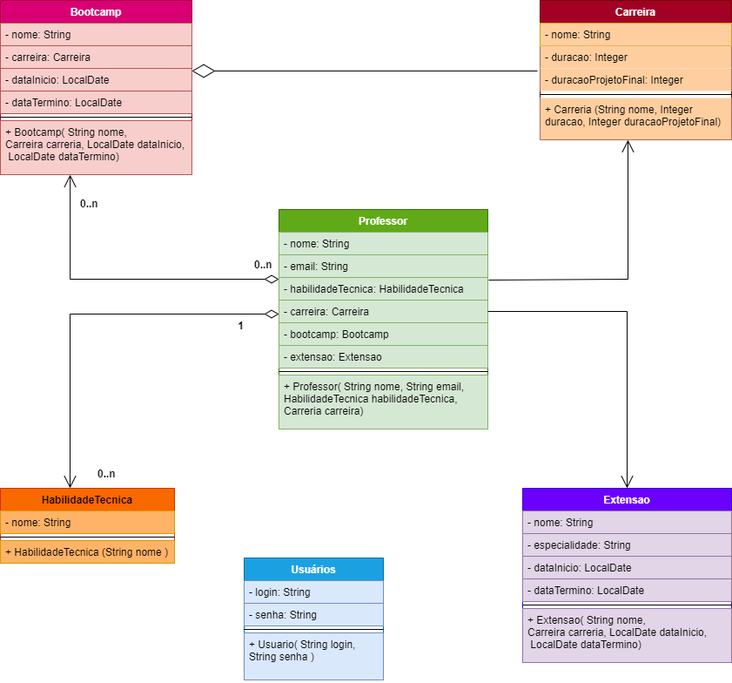
Before: documentation/UMLpng.png, a diagram exported from draw.io (RudeBoyOne/EdTech). Source tidied: cells renumbered, new cells last; positions are measured from the earlier drawing's top-left corner, leaving out a move shared by most shapes. The source it was exported from:
```xml
<mxGraphModel>
  <root>
    <mxCell id="0" />
    <mxCell id="1" parent="0" />
    <mxCell id="2" value="Usuários" style="swimlane;fontStyle=1;align=center;verticalAlign=top;horizontal=1;startSize=26;fillColor=#1ba1e2;fontColor=#ffffff;strokeColor=#006EAF;" parent="1" vertex="1">
      <mxGeometry x="280" y="640" width="160" height="140" as="geometry" />
    </mxCell>
    <mxCell id="3" value="- login: String" style="text;strokeColor=#6c8ebf;fillColor=#dae8fc;align=left;verticalAlign=top;spacingLeft=4;spacingRight=4;overflow=hidden;" parent="2" vertex="1">
      <mxGeometry y="26" width="160" height="26" as="geometry" />
    </mxCell>
    <mxCell id="4" value="- senha: String" style="text;strokeColor=#6c8ebf;fillColor=#dae8fc;align=left;verticalAlign=top;spacingLeft=4;spacingRight=4;overflow=hidden;" parent="2" vertex="1">
      <mxGeometry y="52" width="160" height="26" as="geometry" />
    </mxCell>
    <mxCell id="5" style="line;strokeWidth=1;fillColor=none;align=left;verticalAlign=middle;spacingTop=-1;spacingLeft=3;spacingRight=3;labelPosition=right;" parent="2" vertex="1">
      <mxGeometry y="78" width="160" height="8" as="geometry" />
    </mxCell>
    <mxCell id="6" value="+ Usuario( String login, &#10;String senha )" style="text;strokeColor=#6c8ebf;fillColor=#dae8fc;align=left;verticalAlign=top;spacingLeft=4;spacingRight=4;overflow=hidden;" parent="2" vertex="1">
      <mxGeometry y="86" width="160" height="54" as="geometry" />
    </mxCell>
    <mxCell id="7" value="Professor" style="swimlane;fontStyle=1;align=center;verticalAlign=top;horizontal=1;startSize=26;fillColor=#60a917;strokeColor=#2D7600;fontColor=#ffffff;" parent="1" vertex="1">
      <mxGeometry x="320" y="240" width="240" height="252" as="geometry" />
    </mxCell>
    <mxCell id="8" value="- nome: String" style="text;strokeColor=#82b366;fillColor=#d5e8d4;align=left;verticalAlign=top;spacingLeft=4;spacingRight=4;overflow=hidden;" parent="7" vertex="1">
      <mxGeometry y="26" width="240" height="26" as="geometry" />
    </mxCell>
    <mxCell id="9" value="- email: String" style="text;strokeColor=#82b366;fillColor=#d5e8d4;align=left;verticalAlign=top;spacingLeft=4;spacingRight=4;overflow=hidden;" parent="7" vertex="1">
      <mxGeometry y="52" width="240" height="26" as="geometry" />
    </mxCell>
    <mxCell id="10" value="- habilidadeTecnica: HabilidadeTecnica" style="text;strokeColor=#82b366;fillColor=#d5e8d4;align=left;verticalAlign=top;spacingLeft=4;spacingRight=4;overflow=hidden;points=[[0,0.5],[1,0.5]];portConstraint=eastwest;" parent="7" vertex="1">
      <mxGeometry y="78" width="240" height="26" as="geometry" />
    </mxCell>
    <mxCell id="11" value="- carreira: Carreira" style="text;strokeColor=#82b366;fillColor=#d5e8d4;align=left;verticalAlign=top;spacingLeft=4;spacingRight=4;overflow=hidden;points=[[0,0.5],[1,0.5]];portConstraint=eastwest;" parent="7" vertex="1">
      <mxGeometry y="104" width="240" height="26" as="geometry" />
    </mxCell>
    <mxCell id="12" value="- bootcamp: Bootcamp" style="text;strokeColor=#82b366;fillColor=#d5e8d4;align=left;verticalAlign=top;spacingLeft=4;spacingRight=4;overflow=hidden;" parent="7" vertex="1">
      <mxGeometry y="130" width="240" height="26" as="geometry" />
    </mxCell>
    <mxCell id="13" value="- extensao: Extensao" style="text;strokeColor=#82b366;fillColor=#d5e8d4;align=left;verticalAlign=top;spacingLeft=4;spacingRight=4;overflow=hidden;" parent="7" vertex="1">
      <mxGeometry y="156" width="240" height="26" as="geometry" />
    </mxCell>
    <mxCell id="14" style="line;strokeWidth=1;fillColor=none;align=left;verticalAlign=middle;spacingTop=-1;spacingLeft=3;spacingRight=3;labelPosition=right;" parent="7" vertex="1">
      <mxGeometry y="182" width="240" height="8" as="geometry" />
    </mxCell>
    <mxCell id="15" value="+ Professor( String nome, String email, &#10;HabilidadeTecnica habilidadeTecnica, &#10;Carreria carreira)" style="text;strokeColor=#82b366;fillColor=#d5e8d4;align=left;verticalAlign=top;spacingLeft=4;spacingRight=4;overflow=hidden;" parent="7" vertex="1">
      <mxGeometry y="190" width="240" height="62" as="geometry" />
    </mxCell>
    <mxCell id="16" value="Bootcamp" style="swimlane;fontStyle=1;align=center;verticalAlign=top;horizontal=1;startSize=26;fillColor=#d80073;fontColor=#ffffff;strokeColor=#A50040;" parent="1" vertex="1">
      <mxGeometry width="220" height="200" as="geometry" />
    </mxCell>
    <mxCell id="17" value="- nome: String" style="text;strokeColor=#b85450;fillColor=#f8cecc;align=left;verticalAlign=top;spacingLeft=4;spacingRight=4;overflow=hidden;" parent="16" vertex="1">
      <mxGeometry y="26" width="220" height="26" as="geometry" />
    </mxCell>
    <mxCell id="18" value="- carreira: Carreira" style="text;strokeColor=#b85450;fillColor=#f8cecc;align=left;verticalAlign=top;spacingLeft=4;spacingRight=4;overflow=hidden;" parent="16" vertex="1">
      <mxGeometry y="52" width="220" height="26" as="geometry" />
    </mxCell>
    <mxCell id="19" value="- dataInicio: LocalDate" style="text;strokeColor=#b85450;fillColor=#f8cecc;align=left;verticalAlign=top;spacingLeft=4;spacingRight=4;overflow=hidden;points=[[0,0.5],[1,0.5]];portConstraint=eastwest;" parent="16" vertex="1">
      <mxGeometry y="78" width="220" height="26" as="geometry" />
    </mxCell>
    <mxCell id="20" value="- dataTermino: LocalDate" style="text;strokeColor=#b85450;fillColor=#f8cecc;align=left;verticalAlign=top;spacingLeft=4;spacingRight=4;overflow=hidden;" parent="16" vertex="1">
      <mxGeometry y="104" width="220" height="26" as="geometry" />
    </mxCell>
    <mxCell id="21" style="line;strokeWidth=1;fillColor=none;align=left;verticalAlign=middle;spacingTop=-1;spacingLeft=3;spacingRight=3;labelPosition=right;" parent="16" vertex="1">
      <mxGeometry y="130" width="220" height="8" as="geometry" />
    </mxCell>
    <mxCell id="22" value="+ Bootcamp( String nome, &#10;Carreira carreria, LocalDate dataInicio,&#10; LocalDate dataTermino)" style="text;strokeColor=#b85450;fillColor=#f8cecc;align=left;verticalAlign=top;spacingLeft=4;spacingRight=4;overflow=hidden;points=[[0,0.5],[1,0.5]];portConstraint=eastwest;" parent="16" vertex="1">
      <mxGeometry y="138" width="220" height="62" as="geometry" />
    </mxCell>
    <mxCell id="23" value="Extensao" style="swimlane;fontStyle=1;align=center;verticalAlign=top;horizontal=1;startSize=26;fillColor=#6a00ff;fontColor=#ffffff;strokeColor=#3700CC;" parent="1" vertex="1">
      <mxGeometry x="600" y="560" width="240" height="200" as="geometry" />
    </mxCell>
    <mxCell id="24" value="- nome: String" style="text;strokeColor=#9673a6;fillColor=#e1d5e7;align=left;verticalAlign=top;spacingLeft=4;spacingRight=4;overflow=hidden;" parent="23" vertex="1">
      <mxGeometry y="26" width="240" height="26" as="geometry" />
    </mxCell>
    <mxCell id="25" value="- especialidade: String" style="text;strokeColor=#9673a6;fillColor=#e1d5e7;align=left;verticalAlign=top;spacingLeft=4;spacingRight=4;overflow=hidden;" parent="23" vertex="1">
      <mxGeometry y="52" width="240" height="26" as="geometry" />
    </mxCell>
    <mxCell id="26" value="- dataInicio: LocalDate" style="text;strokeColor=#9673a6;fillColor=#e1d5e7;align=left;verticalAlign=top;spacingLeft=4;spacingRight=4;overflow=hidden;" parent="23" vertex="1">
      <mxGeometry y="78" width="240" height="26" as="geometry" />
    </mxCell>
    <mxCell id="27" value="- dataTermino: LocalDate" style="text;strokeColor=#9673a6;fillColor=#e1d5e7;align=left;verticalAlign=top;spacingLeft=4;spacingRight=4;overflow=hidden;" parent="23" vertex="1">
      <mxGeometry y="104" width="240" height="26" as="geometry" />
    </mxCell>
    <mxCell id="28" style="line;strokeWidth=1;fillColor=none;align=left;verticalAlign=middle;spacingTop=-1;spacingLeft=3;spacingRight=3;labelPosition=right;" parent="23" vertex="1">
      <mxGeometry y="130" width="240" height="8" as="geometry" />
    </mxCell>
    <mxCell id="29" value="+ Extensao( String nome, &#10;Carreira carreria, LocalDate dataInicio,&#10; LocalDate dataTermino)" style="text;strokeColor=#9673a6;fillColor=#e1d5e7;align=left;verticalAlign=top;spacingLeft=4;spacingRight=4;overflow=hidden;" parent="23" vertex="1">
      <mxGeometry y="138" width="240" height="62" as="geometry" />
    </mxCell>
    <mxCell id="30" value="Carreira" style="swimlane;fontStyle=1;align=center;verticalAlign=top;horizontal=1;startSize=26;fillColor=#a20025;fontColor=#ffffff;strokeColor=#6F0000;" parent="1" vertex="1">
      <mxGeometry x="620" width="220" height="160" as="geometry" />
    </mxCell>
    <mxCell id="31" value="- nome: String" style="text;strokeColor=#d79b00;fillColor=#FFCE9F;align=left;verticalAlign=top;spacingLeft=4;spacingRight=4;overflow=hidden;" parent="30" vertex="1">
      <mxGeometry y="26" width="220" height="26" as="geometry" />
    </mxCell>
    <mxCell id="32" value="- duracao: Integer" style="text;strokeColor=none;fillColor=#FFCE9F;align=left;verticalAlign=top;spacingLeft=4;spacingRight=4;overflow=hidden;" parent="30" vertex="1">
      <mxGeometry y="52" width="220" height="26" as="geometry" />
    </mxCell>
    <mxCell id="33" value="- duracaoProjetoFinal: Integer" style="text;strokeColor=none;fillColor=#FFCE9F;align=left;verticalAlign=top;spacingLeft=4;spacingRight=4;overflow=hidden;points=[[0,0.5],[1,0.5]];portConstraint=eastwest;" parent="30" vertex="1">
      <mxGeometry y="78" width="220" height="26" as="geometry" />
    </mxCell>
    <mxCell id="34" style="line;strokeWidth=1;fillColor=none;align=left;verticalAlign=middle;spacingTop=-1;spacingLeft=3;spacingRight=3;labelPosition=right;" parent="30" vertex="1">
      <mxGeometry y="104" width="220" height="8" as="geometry" />
    </mxCell>
    <mxCell id="35" value="+ Carreria (String nome, Integer &#10;duracao, Integer duracaoProjetoFinal)" style="text;strokeColor=none;fillColor=#FFCE9F;align=left;verticalAlign=top;spacingLeft=4;spacingRight=4;overflow=hidden;points=[[0,0.5],[1,0.5]];portConstraint=eastwest;" parent="30" vertex="1">
      <mxGeometry y="112" width="220" height="48" as="geometry" />
    </mxCell>
    <mxCell id="36" value="HabilidadeTecnica" style="swimlane;fontStyle=1;align=center;verticalAlign=top;horizontal=1;startSize=26;fillColor=#fa6800;fontColor=#000000;strokeColor=#C73500;" parent="1" vertex="1">
      <mxGeometry y="560" width="200" height="86" as="geometry" />
    </mxCell>
    <mxCell id="37" value="- nome: String" style="text;strokeColor=#d79b00;fillColor=#FFB366;align=left;verticalAlign=top;spacingLeft=4;spacingRight=4;overflow=hidden;" parent="36" vertex="1">
      <mxGeometry y="26" width="200" height="26" as="geometry" />
    </mxCell>
    <mxCell id="38" style="line;strokeWidth=1;fillColor=none;align=left;verticalAlign=middle;spacingTop=-1;spacingLeft=3;spacingRight=3;labelPosition=right;" parent="36" vertex="1">
      <mxGeometry y="52" width="200" height="8" as="geometry" />
    </mxCell>
    <mxCell id="39" value="+ HabilidadeTecnica (String nome )" style="text;strokeColor=#d79b00;fillColor=#FFB366;align=left;verticalAlign=top;spacingLeft=4;spacingRight=4;overflow=hidden;" parent="36" vertex="1">
      <mxGeometry y="60" width="200" height="26" as="geometry" />
    </mxCell>
    <mxCell id="40" style="endArrow=open;endFill=1;endSize=12;html=1;rounded=0;entryX=0.459;entryY=1;entryDx=0;entryDy=0;entryPerimeter=0;exitX=1.004;exitY=0.115;exitDx=0;exitDy=0;exitPerimeter=0;" parent="1" edge="1" source="10" target="35">
      <mxGeometry relative="1" as="geometry">
        <Array as="points">
          <mxPoint x="721" y="320" />
        </Array>
      </mxGeometry>
    </mxCell>
    <mxCell id="41" style="endArrow=open;html=1;endSize=12;startArrow=diamondThin;startSize=14;startFill=0;edgeStyle=orthogonalEdgeStyle;rounded=0;strokeWidth=1;entryX=0.4;entryY=0;entryDx=0;entryDy=0;entryPerimeter=0;" parent="1" edge="1" source="7" target="36">
      <mxGeometry x="-0.12" y="50" relative="1" as="geometry">
        <Array as="points">
          <mxPoint x="80" y="360" />
        </Array>
      </mxGeometry>
    </mxCell>
    <mxCell id="42" value="0..n" style="edgeLabel;html=1;align=left;verticalAlign=top;fillColor=#FFB366;fontSize=12;fontStyle=1;" parent="41" vertex="1">
      <mxGeometry x="-1" relative="1" as="geometry">
        <mxPoint x="-210" y="170" as="offset" />
      </mxGeometry>
    </mxCell>
    <mxCell id="43" value="1" style="edgeLabel;html=1;align=right;verticalAlign=top;fillColor=#FFB366;fontSize=12;fontStyle=1;" parent="41" vertex="1">
      <mxGeometry x="1" relative="1" as="geometry">
        <mxPoint x="200" y="-200" as="offset" />
      </mxGeometry>
    </mxCell>
    <mxCell id="44" value="0..n" style="edgeLabel;html=1;align=left;verticalAlign=top;fillColor=#FFB366;fontSize=12;fontStyle=1;" parent="41" vertex="1">
      <mxGeometry x="-1" relative="1" as="geometry">
        <mxPoint x="-230" y="-140" as="offset" />
      </mxGeometry>
    </mxCell>
    <mxCell id="45" value="0..n" style="edgeLabel;html=1;align=left;verticalAlign=top;fillColor=#FFB366;fontSize=12;fontStyle=1;" parent="41" vertex="1">
      <mxGeometry x="-1" relative="1" as="geometry">
        <mxPoint x="-30" y="-70" as="offset" />
      </mxGeometry>
    </mxCell>
    <mxCell id="46" style="endArrow=diamondThin;endFill=0;endSize=24;html=1;rounded=0;fontSize=12;strokeWidth=1;exitX=-0.014;exitY=0.115;exitDx=0;exitDy=0;exitPerimeter=0;entryX=1;entryY=0.115;entryDx=0;entryDy=0;entryPerimeter=0;" parent="1" edge="1" source="33" target="19">
      <mxGeometry relative="1" as="geometry" />
    </mxCell>
    <mxCell id="47" style="endArrow=open;endFill=1;endSize=12;html=1;rounded=0;entryX=0.5;entryY=0;entryDx=0;entryDy=0;" parent="1" edge="1" source="11" target="23">
      <mxGeometry relative="1" as="geometry">
        <Array as="points">
          <mxPoint x="720" y="357" />
        </Array>
      </mxGeometry>
    </mxCell>
    <mxCell id="48" style="endArrow=open;html=1;endSize=12;startArrow=diamondThin;startSize=14;startFill=0;edgeStyle=orthogonalEdgeStyle;rounded=0;strokeWidth=1;entryX=0.364;entryY=1;entryDx=0;entryDy=0;entryPerimeter=0;exitX=0;exitY=0.077;exitDx=0;exitDy=0;exitPerimeter=0;" parent="1" edge="1" source="10" target="22">
      <mxGeometry x="-0.12" y="50" relative="1" as="geometry">
        <Array as="points">
          <mxPoint x="80" y="320" />
        </Array>
      </mxGeometry>
    </mxCell>
  </root>
</mxGraphModel>
```
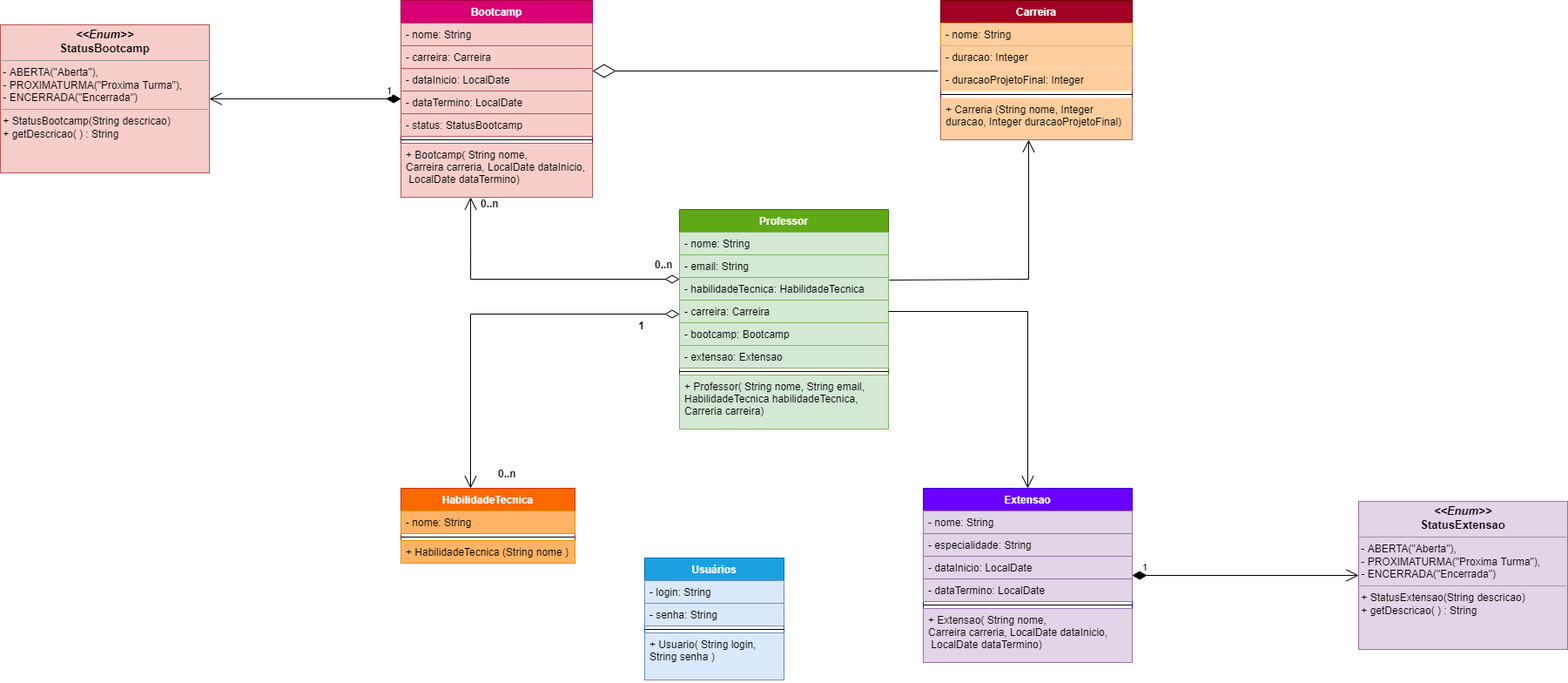
After the commit.

Commit message:
mudanças no UML's readequação com os enums

Diff of the diagram source:
```diff
@@ -45,7 +45,7 @@
       <mxGeometry y="190" width="240" height="62" as="geometry" />
     </mxCell>
     <mxCell id="16" value="Bootcamp" style="swimlane;fontStyle=1;align=center;verticalAlign=top;horizontal=1;startSize=26;fillColor=#d80073;fontColor=#ffffff;strokeColor=#A50040;" parent="1" vertex="1">
-      <mxGeometry width="220" height="200" as="geometry" />
+      <mxGeometry width="220" height="226" as="geometry" />
     </mxCell>
     <mxCell id="17" value="- nome: String" style="text;strokeColor=#b85450;fillColor=#f8cecc;align=left;verticalAlign=top;spacingLeft=4;spacingRight=4;overflow=hidden;" parent="16" vertex="1">
       <mxGeometry y="26" width="220" height="26" as="geometry" />
@@ -59,11 +59,14 @@
     <mxCell id="20" value="- dataTermino: LocalDate" style="text;strokeColor=#b85450;fillColor=#f8cecc;align=left;verticalAlign=top;spacingLeft=4;spacingRight=4;overflow=hidden;" parent="16" vertex="1">
       <mxGeometry y="104" width="220" height="26" as="geometry" />
     </mxCell>
+    <mxCell id="49" value="- status: StatusBootcamp" style="text;strokeColor=#b85450;fillColor=#f8cecc;align=left;verticalAlign=top;spacingLeft=4;spacingRight=4;overflow=hidden;" parent="16" vertex="1">
+      <mxGeometry y="130" width="220" height="26" as="geometry" />
+    </mxCell>
     <mxCell id="21" style="line;strokeWidth=1;fillColor=none;align=left;verticalAlign=middle;spacingTop=-1;spacingLeft=3;spacingRight=3;labelPosition=right;" parent="16" vertex="1">
-      <mxGeometry y="130" width="220" height="8" as="geometry" />
+      <mxGeometry y="156" width="220" height="8" as="geometry" />
     </mxCell>
     <mxCell id="22" value="+ Bootcamp( String nome, &#10;Carreira carreria, LocalDate dataInicio,&#10; LocalDate dataTermino)" style="text;strokeColor=#b85450;fillColor=#f8cecc;align=left;verticalAlign=top;spacingLeft=4;spacingRight=4;overflow=hidden;points=[[0,0.5],[1,0.5]];portConstraint=eastwest;" parent="16" vertex="1">
-      <mxGeometry y="138" width="220" height="62" as="geometry" />
+      <mxGeometry y="164" width="220" height="62" as="geometry" />
     </mxCell>
     <mxCell id="23" value="Extensao" style="swimlane;fontStyle=1;align=center;verticalAlign=top;horizontal=1;startSize=26;fillColor=#6a00ff;fontColor=#ffffff;strokeColor=#3700CC;" parent="1" vertex="1">
       <mxGeometry x="600" y="560" width="240" height="200" as="geometry" />
@@ -104,7 +107,7 @@
     <mxCell id="35" value="+ Carreria (String nome, Integer &#10;duracao, Integer duracaoProjetoFinal)" style="text;strokeColor=none;fillColor=#FFCE9F;align=left;verticalAlign=top;spacingLeft=4;spacingRight=4;overflow=hidden;points=[[0,0.5],[1,0.5]];portConstraint=eastwest;" parent="30" vertex="1">
       <mxGeometry y="112" width="220" height="48" as="geometry" />
     </mxCell>
-    <mxCell id="36" value="HabilidadeTecnica" style="swimlane;fontStyle=1;align=center;verticalAlign=top;horizontal=1;startSize=26;fillColor=#fa6800;fontColor=#000000;strokeColor=#C73500;" parent="1" vertex="1">
+    <mxCell id="36" value="HabilidadeTecnica" style="swimlane;fontStyle=1;align=center;verticalAlign=top;horizontal=1;startSize=26;fillColor=#fa6800;fontColor=#FFFFFF;strokeColor=#C73500;" parent="1" vertex="1">
       <mxGeometry y="560" width="200" height="86" as="geometry" />
     </mxCell>
     <mxCell id="37" value="- nome: String" style="text;strokeColor=#d79b00;fillColor=#FFB366;align=left;verticalAlign=top;spacingLeft=4;spacingRight=4;overflow=hidden;" parent="36" vertex="1">
@@ -167,5 +170,17 @@
         </Array>
       </mxGeometry>
     </mxCell>
+    <mxCell id="50" value="&lt;p style=&quot;margin: 4px 0px 0px; text-align: center; font-size: 13px;&quot;&gt;&lt;font style=&quot;font-size: 13px;&quot;&gt;&lt;i style=&quot;&quot;&gt;&amp;lt;&amp;lt;Enum&amp;gt;&amp;gt;&lt;/i&gt;&lt;br&gt;&lt;b style=&quot;&quot;&gt;StatusBootcamp&lt;/b&gt;&lt;/font&gt;&lt;/p&gt;&lt;hr size=&quot;1&quot;&gt;&lt;p style=&quot;margin:0px;margin-left:4px;&quot;&gt;&lt;/p&gt;&lt;div style=&quot;text-align: left;&quot;&gt;&lt;span style=&quot;background-color: initial; font-weight: normal;&quot;&gt;&amp;nbsp;- ABERTA(&quot;Aberta&quot;),&lt;/span&gt;&lt;/div&gt;&lt;div style=&quot;text-align: left;&quot;&gt;&lt;span style=&quot;background-color: initial; font-weight: normal;&quot;&gt;&amp;nbsp;- PROXIMATURMA(&quot;Proxima Turma&quot;),&lt;/span&gt;&lt;/div&gt;&lt;div style=&quot;text-align: left;&quot;&gt;&lt;span style=&quot;background-color: initial; font-weight: normal;&quot;&gt;&amp;nbsp;- ENCERRADA(&quot;Encerrada&quot;)&lt;/span&gt;&lt;/div&gt;&lt;hr size=&quot;1&quot;&gt;&lt;p style=&quot;margin:0px;margin-left:4px;&quot;&gt;&lt;/p&gt;&lt;div style=&quot;text-align: left;&quot;&gt;&lt;span style=&quot;background-color: initial; font-weight: normal;&quot;&gt;&amp;nbsp;+ StatusBootcamp(String descricao)&lt;/span&gt;&lt;/div&gt;&lt;div style=&quot;text-align: left;&quot;&gt;&lt;span style=&quot;background-color: initial; font-weight: normal;&quot;&gt;&amp;nbsp;+ getDescricao( ) : String&lt;/span&gt;&lt;/div&gt;&lt;p&gt;&lt;/p&gt;" style="verticalAlign=top;align=left;overflow=fill;fontSize=12;fontFamily=Helvetica;html=1;fillColor=#f8cecc;strokeColor=#b85450;fontColor=default;fontStyle=1;startSize=26;gradientColor=none;spacingLeft=4;spacingRight=4;" parent="1" vertex="1">
+      <mxGeometry x="-460" y="28" width="240" height="170" as="geometry" />
+    </mxCell>
+    <mxCell id="51" value="1" style="endArrow=open;html=1;endSize=12;startArrow=diamondThin;startSize=14;startFill=1;edgeStyle=orthogonalEdgeStyle;align=left;verticalAlign=bottom;rounded=0;" parent="1" edge="1" source="16" target="50">
+      <mxGeometry x="-0.83" relative="1" as="geometry" />
+    </mxCell>
+    <mxCell id="52" value="&lt;p style=&quot;margin: 4px 0px 0px; text-align: center; font-size: 13px;&quot;&gt;&lt;font style=&quot;font-size: 13px;&quot;&gt;&lt;i style=&quot;&quot;&gt;&amp;lt;&amp;lt;Enum&amp;gt;&amp;gt;&lt;/i&gt;&lt;br&gt;&lt;b style=&quot;&quot;&gt;StatusExtensao&lt;/b&gt;&lt;/font&gt;&lt;/p&gt;&lt;hr size=&quot;1&quot;&gt;&lt;p style=&quot;margin:0px;margin-left:4px;&quot;&gt;&lt;/p&gt;&lt;div style=&quot;text-align: left;&quot;&gt;&lt;span style=&quot;background-color: initial; font-weight: normal;&quot;&gt;&amp;nbsp;- ABERTA(&quot;Aberta&quot;),&lt;/span&gt;&lt;/div&gt;&lt;div style=&quot;text-align: left;&quot;&gt;&lt;span style=&quot;background-color: initial; font-weight: normal;&quot;&gt;&amp;nbsp;- PROXIMATURMA(&quot;Proxima Turma&quot;),&lt;/span&gt;&lt;/div&gt;&lt;div style=&quot;text-align: left;&quot;&gt;&lt;span style=&quot;background-color: initial; font-weight: normal;&quot;&gt;&amp;nbsp;- ENCERRADA(&quot;Encerrada&quot;)&lt;/span&gt;&lt;/div&gt;&lt;hr size=&quot;1&quot;&gt;&lt;p style=&quot;margin:0px;margin-left:4px;&quot;&gt;&lt;/p&gt;&lt;div style=&quot;text-align: left;&quot;&gt;&lt;span style=&quot;background-color: initial; font-weight: normal;&quot;&gt;&amp;nbsp;+ StatusExtensao(String descricao)&lt;/span&gt;&lt;/div&gt;&lt;div style=&quot;text-align: left;&quot;&gt;&lt;span style=&quot;background-color: initial; font-weight: normal;&quot;&gt;&amp;nbsp;+ getDescricao( ) : String&lt;/span&gt;&lt;/div&gt;&lt;p&gt;&lt;/p&gt;" style="verticalAlign=top;align=left;overflow=fill;fontSize=12;fontFamily=Helvetica;html=1;fillColor=#e1d5e7;strokeColor=#9673a6;fontColor=default;fontStyle=1;startSize=26;gradientColor=none;spacingLeft=4;spacingRight=4;" parent="1" vertex="1">
+      <mxGeometry x="1100" y="575" width="240" height="170" as="geometry" />
+    </mxCell>
+    <mxCell id="53" value="1" style="endArrow=open;html=1;endSize=12;startArrow=diamondThin;startSize=14;startFill=1;edgeStyle=orthogonalEdgeStyle;align=left;verticalAlign=bottom;rounded=0;entryX=0;entryY=0.5;entryDx=0;entryDy=0;" parent="1" edge="1" source="23" target="52">
+      <mxGeometry x="-0.92" relative="1" as="geometry" />
+    </mxCell>
   </root>
 </mxGraphModel>
```
